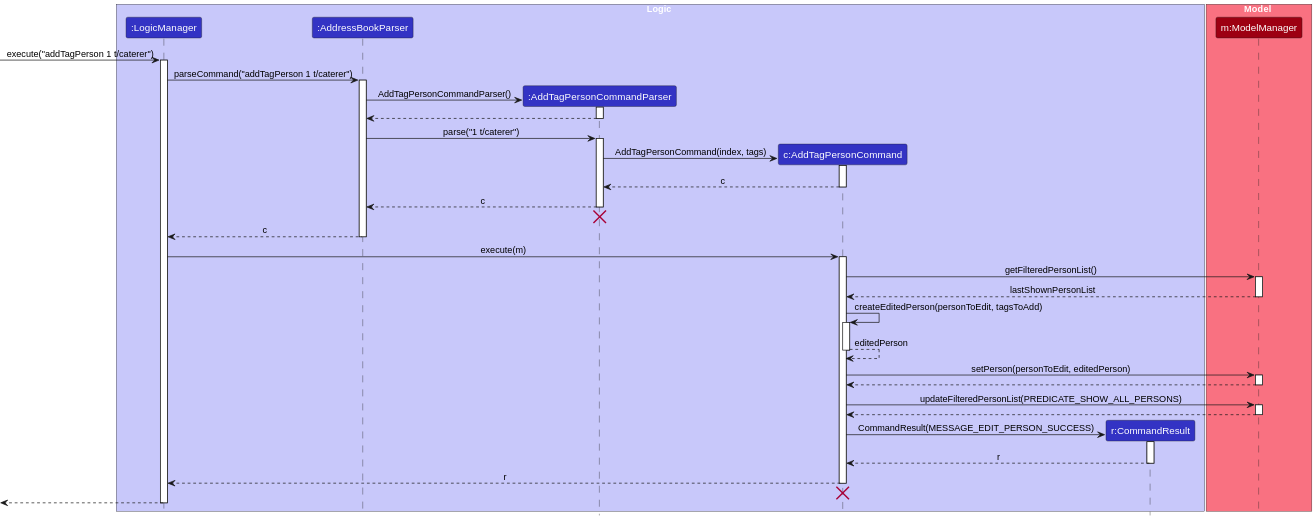
Before: docs/assets/svg/dg/AddTagPersonSequenceDiagram.svg, a diagram exported from PlantUML (pra-navi/tp).
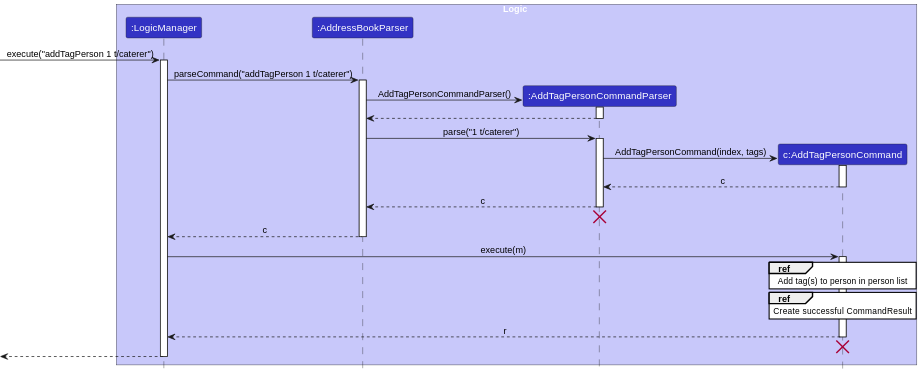
The same diagram one commit later.

Change to the diagram source:
```diff
@@ -1,17 +1,13 @@
 @startuml
 !include style.puml
 skinparam ArrowFontStyle plain
+skinparam sequenceReferenceBackgroundColor white
 
 box Logic LOGIC_COLOR_T1
 participant ":LogicManager" as LogicManager LOGIC_COLOR
 participant ":AddressBookParser" as AddressBookParser LOGIC_COLOR
 participant ":AddTagPersonCommandParser" as AddTagPersonCommandParser LOGIC_COLOR
 participant "c:AddTagPersonCommand" as AddTagPersonCommand LOGIC_COLOR
-participant "r:CommandResult" as CommandResult LOGIC_COLOR
-end box
-
-box Model MODEL_COLOR_T1
-participant "m:ModelManager" as ModelManager MODEL_COLOR
 end box
 
 [-> LogicManager : execute("addTagPerson 1 t/caterer")
@@ -48,35 +44,9 @@
 LogicManager -> AddTagPersonCommand : execute(m)
 activate AddTagPersonCommand
 
-AddTagPersonCommand -> ModelManager : getFilteredPersonList()
-activate ModelManager
+ref over AddTagPersonCommand : Add tag(s) to person in person list
 
-ModelManager --> AddTagPersonCommand : lastShownPersonList
-deactivate ModelManager
-
-AddTagPersonCommand -> AddTagPersonCommand : createEditedPerson(personToEdit, tagsToAdd)
-activate AddTagPersonCommand
-AddTagPersonCommand --> AddTagPersonCommand : editedPerson
-deactivate AddTagPersonCommand
-
-AddTagPersonCommand -> ModelManager : setPerson(personToEdit, editedPerson)
-activate ModelManager
-
-ModelManager --> AddTagPersonCommand
-deactivate ModelManager
-
-AddTagPersonCommand -> ModelManager : updateFilteredPersonList(PREDICATE_SHOW_ALL_PERSONS)
-activate ModelManager
-
-ModelManager --> AddTagPersonCommand
-deactivate ModelManager
-
-create CommandResult
-AddTagPersonCommand -> CommandResult : CommandResult(MESSAGE_EDIT_PERSON_SUCCESS)
-activate CommandResult
-
-CommandResult --> AddTagPersonCommand : r
-deactivate CommandResult
+ref over AddTagPersonCommand : Create successful CommandResult
 
 AddTagPersonCommand --> LogicManager : r
 deactivate AddTagPersonCommand
```
